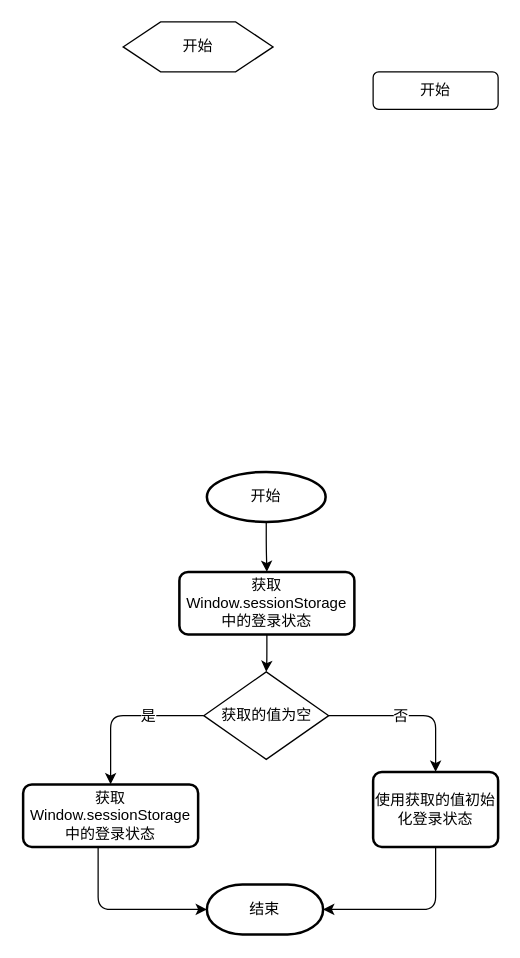
The draw.io diagram doucment/5.1.6.drawio in mengyunzhi/spring-boot-and-angular-guild, before the edit. Source tidied: cells renumbered, new cells numbered last; positions are measured from the earlier drawing's top-left corner, leaving out a move shared by most shapes. Both pictures are drawn from the tidied source at 125%, with x=0, y=0 at pixel (22, 21).
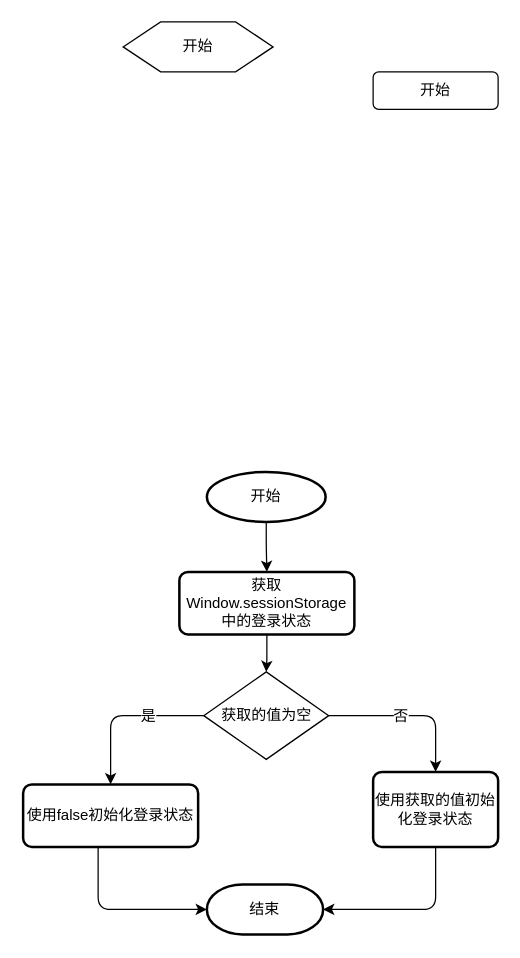
Above is the later version.

Change to the diagram source:
```diff
@@
-    <mxCell id="7" value="&lt;span style=&quot;white-space: normal&quot;&gt;获取Window.sessionStorage中的登录状态&lt;/span&gt;" style="rounded=1;whiteSpace=wrap;html=1;absoluteArcSize=1;arcSize=14;strokeWidth=2;" parent="1" vertex="1">
+    <mxCell id="7" value="使用false初始化登录状态" style="rounded=1;whiteSpace=wrap;html=1;absoluteArcSize=1;arcSize=14;strokeWidth=2;" parent="1" vertex="1">
       <mxGeometry y="610" width="140" height="50" as="geometry" />
     </mxCell>
```
